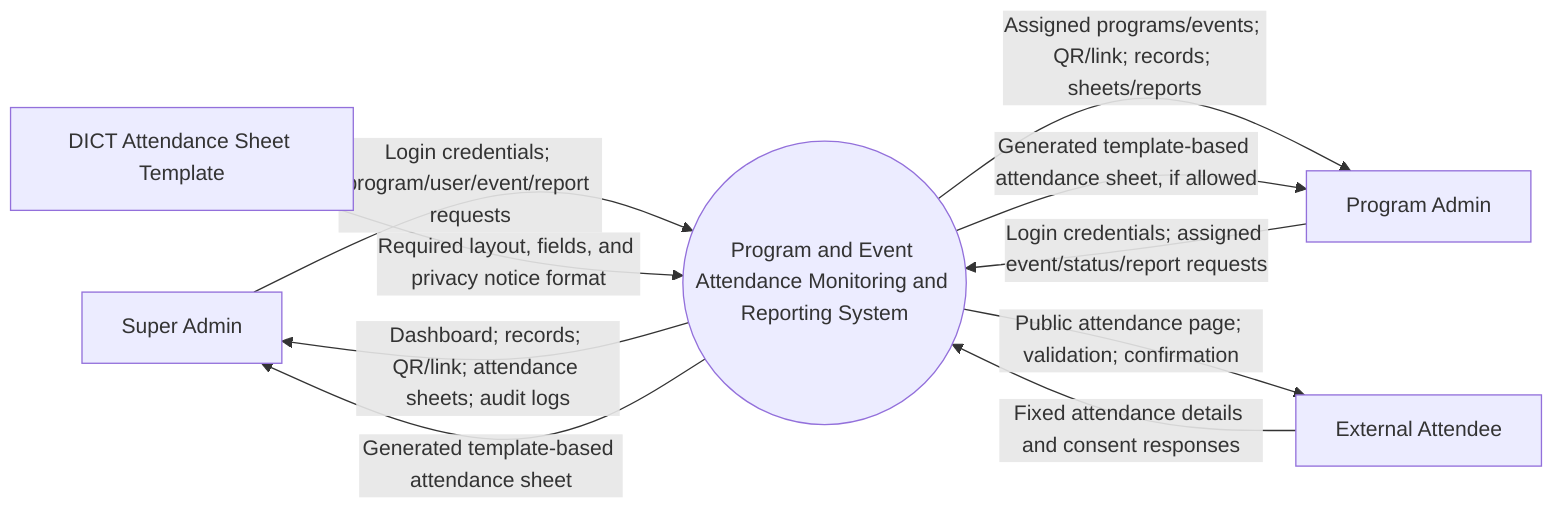
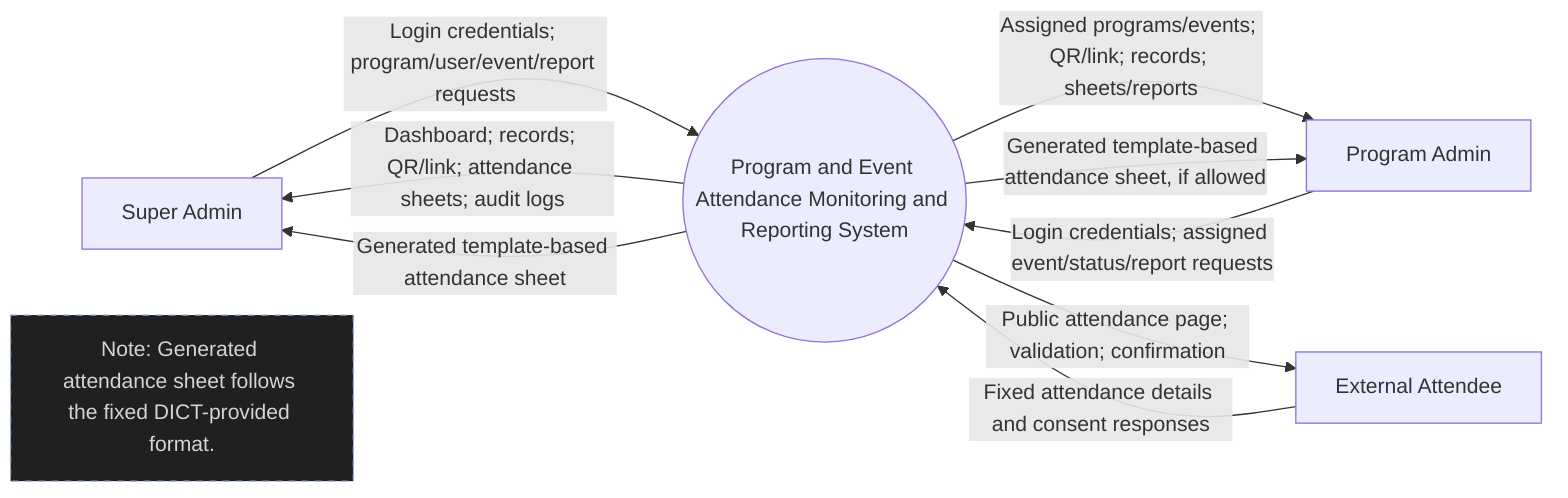
flowchart LR
  super_admin[Super Admin]
  program_admin[Program Admin]
  attendee[External Attendee]
-   template[DICT Attendance Sheet Template]
  system((Program and Event Attendance Monitoring and Reporting System))
+   note_template["Note: Generated attendance sheet follows the fixed DICT-provided format."]

  super_admin -->|Login credentials; program/user/event/report requests| system
  system -->|Dashboard; records; QR/link; attendance sheets; audit logs| super_admin

  program_admin -->|Login credentials; assigned event/status/report requests| system
  system -->|Assigned programs/events; QR/link; records; sheets/reports| program_admin

  attendee -->|Fixed attendance details and consent responses| system
  system -->|Public attendance page; validation; confirmation| attendee

-   template -->|Required layout, fields, and privacy notice format| system
  system -->|Generated template-based attendance sheet| super_admin
  system -->|Generated template-based attendance sheet, if allowed| program_admin
+ 
+   classDef note fill:#1f2020,stroke:#8CA6DB,color:#d4d4d4,stroke-dasharray: 5 5
+   class note_template note
